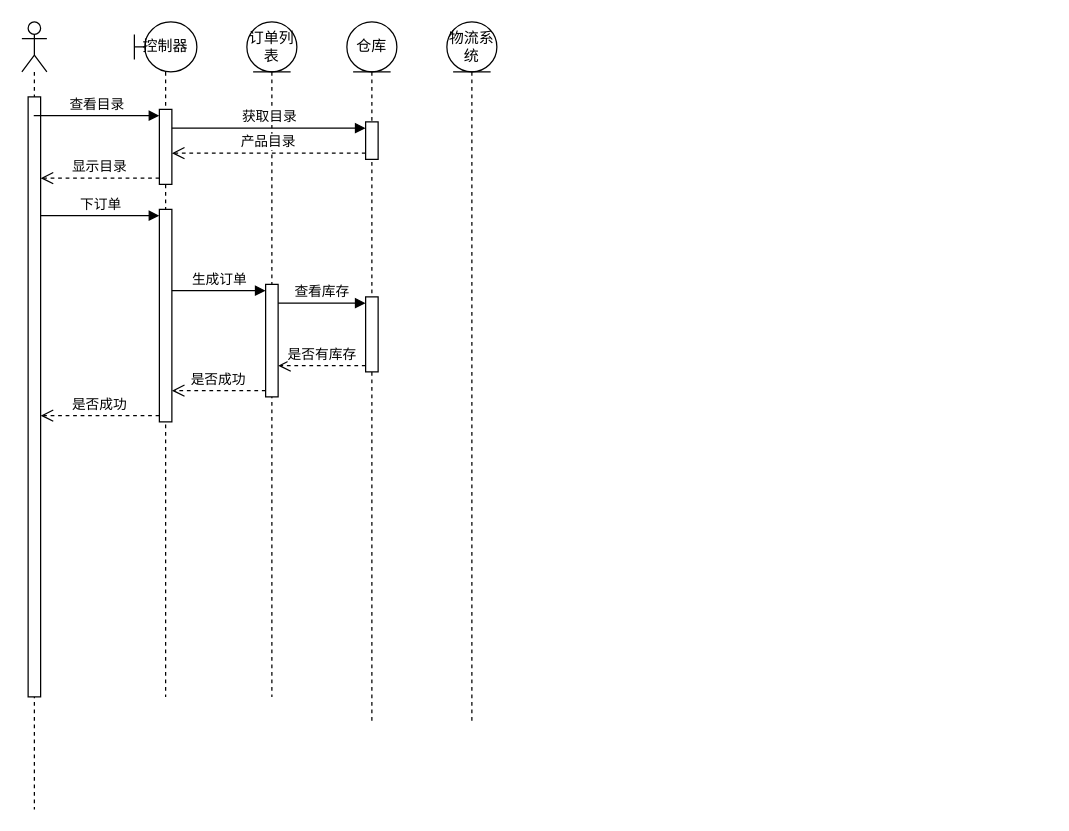
yayaer123/drawio_demo keeps this draw.io diagram as page "第 2 页" (2 of 2) of orders_Class_improved_plus.drawio. Above is the earlier version. Source tidied: cells renumbered, new cells numbered last; positions are measured from the earlier drawing's top-left corner, leaving out a move shared by most shapes. Both pictures are drawn from the tidied source at 125%, with x=0, y=0 at pixel (21, 21).
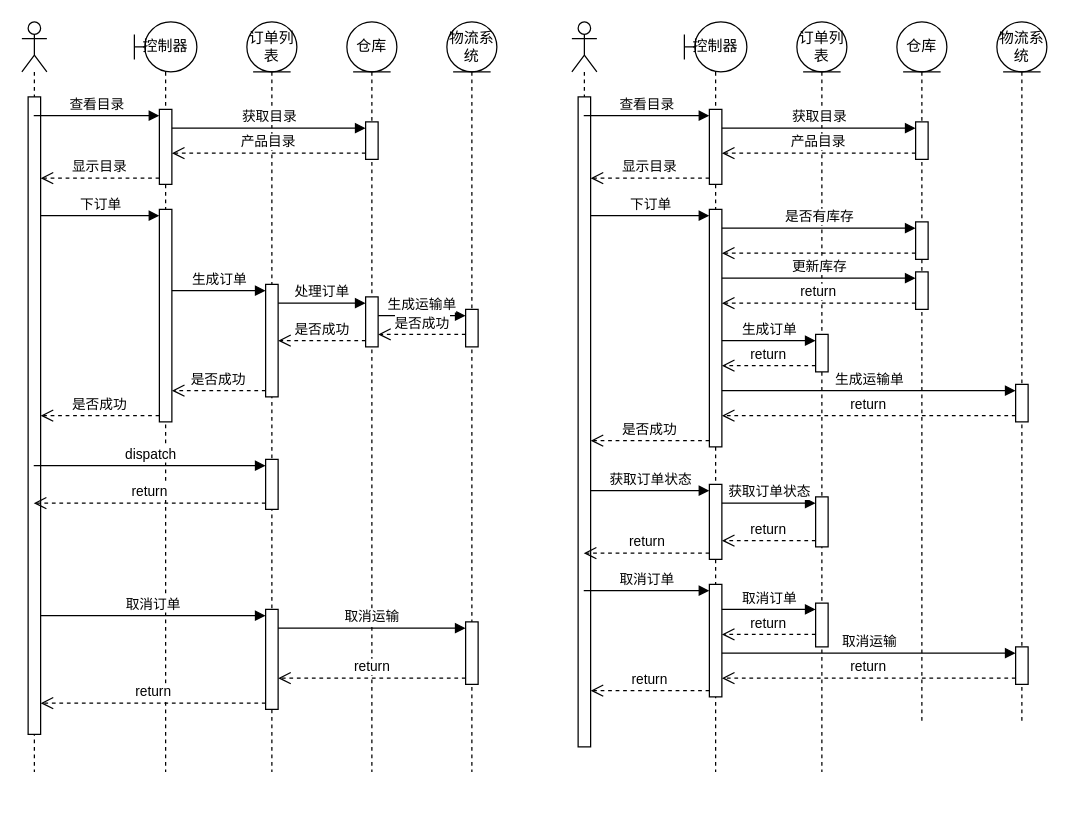
The same page after the edit.

The change refers to these unchanged cells:
```xml
<mxCell id="6" style="html=1;points=[[0,0,0,0,5],[0,1,0,0,-5],[1,0,0,0,5],[1,1,0,0,-5]];perimeter=orthogonalPerimeter;outlineConnect=0;targetShapes=umlLifeline;portConstraint=eastwest;newEdgeStyle={&quot;curved&quot;:0,&quot;rounded&quot;:0};" parent="5" vertex="1">
  <mxGeometry x="15" y="210" width="10" height="90" as="geometry" />
</mxCell>
```

Diff of the diagram source:
```diff
@@
     <mxCell id="2" value="控制器" style="shape=umlLifeline;perimeter=lifelinePerimeter;whiteSpace=wrap;html=1;newEdgeStyle={&quot;curved&quot;:0,&quot;rounded&quot;:0};participant=umlBoundary;" parent="1" vertex="1">
-      <mxGeometry x="90" width="50" height="540" as="geometry" />
+      <mxGeometry x="90" width="50" height="600" as="geometry" />
     </mxCell>
@@
     <mxCell id="5" value="订单列表" style="shape=umlLifeline;perimeter=lifelinePerimeter;whiteSpace=wrap;html=1;newEdgeStyle={&quot;curved&quot;:0,&quot;rounded&quot;:0};participant=umlEntity;" parent="1" vertex="1">
-      <mxGeometry x="180" width="40" height="540" as="geometry" />
+      <mxGeometry x="180" width="40" height="600" as="geometry" />
     </mxCell>
@@
+    <mxCell id="23" style="html=1;points=[[0,0,0,0,5],[0,1,0,0,-5],[1,0,0,0,5],[1,1,0,0,-5]];perimeter=orthogonalPerimeter;outlineConnect=0;targetShapes=umlLifeline;portConstraint=eastwest;newEdgeStyle={&quot;curved&quot;:0,&quot;rounded&quot;:0};" parent="5" vertex="1">
+      <mxGeometry x="15" y="350" width="10" height="40" as="geometry" />
+    </mxCell>
+    <mxCell id="24" style="html=1;points=[[0,0,0,0,5],[0,1,0,0,-5],[1,0,0,0,5],[1,1,0,0,-5]];perimeter=orthogonalPerimeter;outlineConnect=0;targetShapes=umlLifeline;portConstraint=eastwest;newEdgeStyle={&quot;curved&quot;:0,&quot;rounded&quot;:0};" parent="5" vertex="1">
+      <mxGeometry x="15" y="470" width="10" height="80" as="geometry" />
+    </mxCell>
     <mxCell id="7" value="仓库" style="shape=umlLifeline;perimeter=lifelinePerimeter;whiteSpace=wrap;html=1;newEdgeStyle={&quot;curved&quot;:0,&quot;rounded&quot;:0};participant=umlEntity;" parent="1" vertex="1">
-      <mxGeometry x="260" width="40" height="560" as="geometry" />
+      <mxGeometry x="260" width="40" height="600" as="geometry" />
     </mxCell>
@@
     <mxCell id="9" style="html=1;points=[[0,0,0,0,5],[0,1,0,0,-5],[1,0,0,0,5],[1,1,0,0,-5]];perimeter=orthogonalPerimeter;outlineConnect=0;targetShapes=umlLifeline;portConstraint=eastwest;newEdgeStyle={&quot;curved&quot;:0,&quot;rounded&quot;:0};" parent="7" vertex="1">
-      <mxGeometry x="15" y="220" width="10" height="60" as="geometry" />
+      <mxGeometry x="15" y="220" width="10" height="40" as="geometry" />
     </mxCell>
     <mxCell id="10" value="物流系统" style="shape=umlLifeline;perimeter=lifelinePerimeter;whiteSpace=wrap;html=1;newEdgeStyle={&quot;curved&quot;:0,&quot;rounded&quot;:0};participant=umlEntity;" parent="1" vertex="1">
-      <mxGeometry x="340" width="40" height="560" as="geometry" />
+      <mxGeometry x="340" width="40" height="600" as="geometry" />
     </mxCell>
+    <mxCell id="25" style="html=1;points=[[0,0,0,0,5],[0,1,0,0,-5],[1,0,0,0,5],[1,1,0,0,-5]];perimeter=orthogonalPerimeter;outlineConnect=0;targetShapes=umlLifeline;portConstraint=eastwest;newEdgeStyle={&quot;curved&quot;:0,&quot;rounded&quot;:0};" parent="10" vertex="1">
+      <mxGeometry x="15" y="230" width="10" height="30" as="geometry" />
+    </mxCell>
+    <mxCell id="26" style="html=1;points=[[0,0,0,0,5],[0,1,0,0,-5],[1,0,0,0,5],[1,1,0,0,-5]];perimeter=orthogonalPerimeter;outlineConnect=0;targetShapes=umlLifeline;portConstraint=eastwest;newEdgeStyle={&quot;curved&quot;:0,&quot;rounded&quot;:0};" parent="10" vertex="1">
+      <mxGeometry x="15" y="480" width="10" height="50" as="geometry" />
+    </mxCell>
     <mxCell id="11" style="shape=umlLifeline;perimeter=lifelinePerimeter;whiteSpace=wrap;html=1;outlineConnect=0;portConstraint=eastwest;newEdgeStyle={&quot;curved&quot;:0,&quot;rounded&quot;:0};participant=umlActor;" parent="1" vertex="1">
-      <mxGeometry width="20" height="630" as="geometry" />
+      <mxGeometry width="20" height="600" as="geometry" />
     </mxCell>
     <mxCell id="12" style="html=1;points=[[0,0,0,0,5],[0,1,0,0,-5],[1,0,0,0,5],[1,1,0,0,-5]];perimeter=orthogonalPerimeter;outlineConnect=0;targetShapes=umlLifeline;portConstraint=eastwest;newEdgeStyle={&quot;curved&quot;:0,&quot;rounded&quot;:0};" parent="11" vertex="1">
-      <mxGeometry x="5" y="60" width="10" height="480" as="geometry" />
+      <mxGeometry x="5" y="60" width="10" height="510" as="geometry" />
     </mxCell>
@@
-    <mxCell id="19" value="查看库存" style="html=1;verticalAlign=bottom;endArrow=block;curved=0;rounded=0;entryX=0;entryY=0;entryDx=0;entryDy=5;" parent="1" edge="1" source="6" target="9">
+    <mxCell id="19" value="处理订单" style="html=1;verticalAlign=bottom;endArrow=block;curved=0;rounded=0;entryX=0;entryY=0;entryDx=0;entryDy=5;" parent="1" edge="1" source="6" target="9">
       <mxGeometry relative="1" as="geometry" />
     </mxCell>
-    <mxCell id="20" value="是否有库存" style="html=1;verticalAlign=bottom;endArrow=open;dashed=1;endSize=8;curved=0;rounded=0;exitX=0;exitY=1;exitDx=0;exitDy=-5;" parent="1" edge="1" source="9" target="6">
+    <mxCell id="20" value="是否成功" style="html=1;verticalAlign=bottom;endArrow=open;dashed=1;endSize=8;curved=0;rounded=0;exitX=0;exitY=1;exitDx=0;exitDy=-5;" parent="1" edge="1" source="9" target="6">
       <mxGeometry relative="1" as="geometry" />
     </mxCell>
@@
+    <mxCell id="27" value="生成运输单" style="html=1;verticalAlign=bottom;endArrow=block;curved=0;rounded=0;entryX=0;entryY=0;entryDx=0;entryDy=5;" parent="1" edge="1" source="9" target="25">
+      <mxGeometry relative="1" as="geometry" />
+    </mxCell>
+    <mxCell id="28" value="是否成功" style="html=1;verticalAlign=bottom;endArrow=open;dashed=1;endSize=8;curved=0;rounded=0;" parent="1" edge="1">
+      <mxGeometry relative="1" as="geometry">
+        <mxPoint x="355" y="250" as="sourcePoint" />
+        <mxPoint x="285" y="250" as="targetPoint" />
+      </mxGeometry>
+    </mxCell>
+    <mxCell id="29" value="控制器" style="shape=umlLifeline;perimeter=lifelinePerimeter;whiteSpace=wrap;html=1;newEdgeStyle={&quot;curved&quot;:0,&quot;rounded&quot;:0};participant=umlBoundary;" parent="1" vertex="1">
+      <mxGeometry x="530" width="50" height="600" as="geometry" />
+    </mxCell>
+    <mxCell id="30" style="html=1;points=[[0,0,0,0,5],[0,1,0,0,-5],[1,0,0,0,5],[1,1,0,0,-5]];perimeter=orthogonalPerimeter;outlineConnect=0;targetShapes=umlLifeline;portConstraint=eastwest;newEdgeStyle={&quot;curved&quot;:0,&quot;rounded&quot;:0};" parent="29" vertex="1">
+      <mxGeometry x="20" y="70" width="10" height="60" as="geometry" />
+    </mxCell>
+    <mxCell id="31" style="html=1;points=[[0,0,0,0,5],[0,1,0,0,-5],[1,0,0,0,5],[1,1,0,0,-5]];perimeter=orthogonalPerimeter;outlineConnect=0;targetShapes=umlLifeline;portConstraint=eastwest;newEdgeStyle={&quot;curved&quot;:0,&quot;rounded&quot;:0};" parent="29" vertex="1">
+      <mxGeometry x="20" y="150" width="10" height="190" as="geometry" />
+    </mxCell>
+    <mxCell id="32" style="html=1;points=[[0,0,0,0,5],[0,1,0,0,-5],[1,0,0,0,5],[1,1,0,0,-5]];perimeter=orthogonalPerimeter;outlineConnect=0;targetShapes=umlLifeline;portConstraint=eastwest;newEdgeStyle={&quot;curved&quot;:0,&quot;rounded&quot;:0};" parent="29" vertex="1">
+      <mxGeometry x="20" y="370" width="10" height="60" as="geometry" />
+    </mxCell>
+    <mxCell id="33" style="html=1;points=[[0,0,0,0,5],[0,1,0,0,-5],[1,0,0,0,5],[1,1,0,0,-5]];perimeter=orthogonalPerimeter;outlineConnect=0;targetShapes=umlLifeline;portConstraint=eastwest;newEdgeStyle={&quot;curved&quot;:0,&quot;rounded&quot;:0};" parent="29" vertex="1">
+      <mxGeometry x="20" y="450" width="10" height="90" as="geometry" />
+    </mxCell>
+    <mxCell id="34" value="订单列表" style="shape=umlLifeline;perimeter=lifelinePerimeter;whiteSpace=wrap;html=1;newEdgeStyle={&quot;curved&quot;:0,&quot;rounded&quot;:0};participant=umlEntity;" parent="1" vertex="1">
+      <mxGeometry x="620" width="40" height="600" as="geometry" />
+    </mxCell>
+    <mxCell id="35" style="html=1;points=[[0,0,0,0,5],[0,1,0,0,-5],[1,0,0,0,5],[1,1,0,0,-5]];perimeter=orthogonalPerimeter;outlineConnect=0;targetShapes=umlLifeline;portConstraint=eastwest;newEdgeStyle={&quot;curved&quot;:0,&quot;rounded&quot;:0};" parent="34" vertex="1">
+      <mxGeometry x="15" y="250" width="10" height="30" as="geometry" />
+    </mxCell>
+    <mxCell id="36" style="html=1;points=[[0,0,0,0,5],[0,1,0,0,-5],[1,0,0,0,5],[1,1,0,0,-5]];perimeter=orthogonalPerimeter;outlineConnect=0;targetShapes=umlLifeline;portConstraint=eastwest;newEdgeStyle={&quot;curved&quot;:0,&quot;rounded&quot;:0};" parent="34" vertex="1">
+      <mxGeometry x="15" y="380" width="10" height="40" as="geometry" />
+    </mxCell>
+    <mxCell id="37" style="html=1;points=[[0,0,0,0,5],[0,1,0,0,-5],[1,0,0,0,5],[1,1,0,0,-5]];perimeter=orthogonalPerimeter;outlineConnect=0;targetShapes=umlLifeline;portConstraint=eastwest;newEdgeStyle={&quot;curved&quot;:0,&quot;rounded&quot;:0};" parent="34" vertex="1">
+      <mxGeometry x="15" y="465" width="10" height="35" as="geometry" />
+    </mxCell>
+    <mxCell id="38" value="仓库" style="shape=umlLifeline;perimeter=lifelinePerimeter;whiteSpace=wrap;html=1;newEdgeStyle={&quot;curved&quot;:0,&quot;rounded&quot;:0};participant=umlEntity;" parent="1" vertex="1">
+      <mxGeometry x="700" width="40" height="560" as="geometry" />
+    </mxCell>
+    <mxCell id="39" style="html=1;points=[[0,0,0,0,5],[0,1,0,0,-5],[1,0,0,0,5],[1,1,0,0,-5]];perimeter=orthogonalPerimeter;outlineConnect=0;targetShapes=umlLifeline;portConstraint=eastwest;newEdgeStyle={&quot;curved&quot;:0,&quot;rounded&quot;:0};" parent="38" vertex="1">
+      <mxGeometry x="15" y="80" width="10" height="30" as="geometry" />
+    </mxCell>
+    <mxCell id="40" style="html=1;points=[[0,0,0,0,5],[0,1,0,0,-5],[1,0,0,0,5],[1,1,0,0,-5]];perimeter=orthogonalPerimeter;outlineConnect=0;targetShapes=umlLifeline;portConstraint=eastwest;newEdgeStyle={&quot;curved&quot;:0,&quot;rounded&quot;:0};" parent="38" vertex="1">
+      <mxGeometry x="15" y="160" width="10" height="30" as="geometry" />
+    </mxCell>
+    <mxCell id="41" style="html=1;points=[[0,0,0,0,5],[0,1,0,0,-5],[1,0,0,0,5],[1,1,0,0,-5]];perimeter=orthogonalPerimeter;outlineConnect=0;targetShapes=umlLifeline;portConstraint=eastwest;newEdgeStyle={&quot;curved&quot;:0,&quot;rounded&quot;:0};" parent="38" vertex="1">
+      <mxGeometry x="15" y="200" width="10" height="30" as="geometry" />
+    </mxCell>
+    <mxCell id="42" value="物流系统" style="shape=umlLifeline;perimeter=lifelinePerimeter;whiteSpace=wrap;html=1;newEdgeStyle={&quot;curved&quot;:0,&quot;rounded&quot;:0};participant=umlEntity;" parent="1" vertex="1">
+      <mxGeometry x="780" width="40" height="560" as="geometry" />
+    </mxCell>
+    <mxCell id="43" style="html=1;points=[[0,0,0,0,5],[0,1,0,0,-5],[1,0,0,0,5],[1,1,0,0,-5]];perimeter=orthogonalPerimeter;outlineConnect=0;targetShapes=umlLifeline;portConstraint=eastwest;newEdgeStyle={&quot;curved&quot;:0,&quot;rounded&quot;:0};" parent="42" vertex="1">
+      <mxGeometry x="15" y="290" width="10" height="30" as="geometry" />
+    </mxCell>
+    <mxCell id="44" style="html=1;points=[[0,0,0,0,5],[0,1,0,0,-5],[1,0,0,0,5],[1,1,0,0,-5]];perimeter=orthogonalPerimeter;outlineConnect=0;targetShapes=umlLifeline;portConstraint=eastwest;newEdgeStyle={&quot;curved&quot;:0,&quot;rounded&quot;:0};" parent="42" vertex="1">
+      <mxGeometry x="15" y="500" width="10" height="30" as="geometry" />
+    </mxCell>
+    <mxCell id="45" style="shape=umlLifeline;perimeter=lifelinePerimeter;whiteSpace=wrap;html=1;outlineConnect=0;portConstraint=eastwest;newEdgeStyle={&quot;curved&quot;:0,&quot;rounded&quot;:0};participant=umlActor;" parent="1" vertex="1">
+      <mxGeometry x="440" width="20" height="580" as="geometry" />
+    </mxCell>
+    <mxCell id="46" style="html=1;points=[[0,0,0,0,5],[0,1,0,0,-5],[1,0,0,0,5],[1,1,0,0,-5]];perimeter=orthogonalPerimeter;outlineConnect=0;targetShapes=umlLifeline;portConstraint=eastwest;newEdgeStyle={&quot;curved&quot;:0,&quot;rounded&quot;:0};" parent="45" vertex="1">
+      <mxGeometry x="5" y="60" width="10" height="520" as="geometry" />
+    </mxCell>
+    <mxCell id="47" value="查看目录" style="html=1;verticalAlign=bottom;endArrow=block;curved=0;rounded=0;entryX=0;entryY=0;entryDx=0;entryDy=5;" parent="1" edge="1" source="45" target="30">
+      <mxGeometry relative="1" as="geometry" />
+    </mxCell>
+    <mxCell id="48" value="产品目录" style="html=1;verticalAlign=bottom;endArrow=open;dashed=1;endSize=8;curved=0;rounded=0;exitX=0;exitY=1;exitDx=0;exitDy=-5;" parent="1" edge="1" source="39" target="30">
+      <mxGeometry relative="1" as="geometry" />
+    </mxCell>
+    <mxCell id="49" value="获取目录" style="html=1;verticalAlign=bottom;endArrow=block;curved=0;rounded=0;entryX=0;entryY=0;entryDx=0;entryDy=5;" parent="1" edge="1" source="30" target="39">
+      <mxGeometry relative="1" as="geometry" />
+    </mxCell>
+    <mxCell id="50" value="显示目录" style="html=1;verticalAlign=bottom;endArrow=open;dashed=1;endSize=8;curved=0;rounded=0;exitX=0;exitY=1;exitDx=0;exitDy=-5;" parent="1" edge="1" source="30" target="46">
+      <mxGeometry relative="1" as="geometry" />
+    </mxCell>
+    <mxCell id="51" value="下订单" style="html=1;verticalAlign=bottom;endArrow=block;curved=0;rounded=0;entryX=0;entryY=0;entryDx=0;entryDy=5;" parent="1" edge="1" source="46" target="31">
+      <mxGeometry relative="1" as="geometry" />
+    </mxCell>
+    <mxCell id="52" value="是否成功" style="html=1;verticalAlign=bottom;endArrow=open;dashed=1;endSize=8;curved=0;rounded=0;exitX=0;exitY=1;exitDx=0;exitDy=-5;" parent="1" edge="1" source="31" target="46">
+      <mxGeometry relative="1" as="geometry" />
+    </mxCell>
+    <mxCell id="53" value="是否有库存" style="html=1;verticalAlign=bottom;endArrow=block;curved=0;rounded=0;entryX=0;entryY=0;entryDx=0;entryDy=5;" parent="1" edge="1" source="31" target="40">
+      <mxGeometry relative="1" as="geometry" />
+    </mxCell>
+    <mxCell id="54" style="html=1;verticalAlign=bottom;endArrow=open;dashed=1;endSize=8;curved=0;rounded=0;exitX=0;exitY=1;exitDx=0;exitDy=-5;" parent="1" edge="1" source="40" target="31">
+      <mxGeometry relative="1" as="geometry" />
+    </mxCell>
+    <mxCell id="55" value="更新库存" style="html=1;verticalAlign=bottom;endArrow=block;curved=0;rounded=0;entryX=0;entryY=0;entryDx=0;entryDy=5;" parent="1" edge="1" source="31" target="41">
+      <mxGeometry relative="1" as="geometry" />
+    </mxCell>
+    <mxCell id="56" value="return" style="html=1;verticalAlign=bottom;endArrow=open;dashed=1;endSize=8;curved=0;rounded=0;exitX=0;exitY=1;exitDx=0;exitDy=-5;" parent="1" edge="1" source="41" target="31">
+      <mxGeometry relative="1" as="geometry" />
+    </mxCell>
+    <mxCell id="57" value="生成运输单" style="html=1;verticalAlign=bottom;endArrow=block;curved=0;rounded=0;entryX=0;entryY=0;entryDx=0;entryDy=5;" parent="1" edge="1" source="31" target="43">
+      <mxGeometry relative="1" as="geometry" />
+    </mxCell>
+    <mxCell id="58" value="return" style="html=1;verticalAlign=bottom;endArrow=open;dashed=1;endSize=8;curved=0;rounded=0;exitX=0;exitY=1;exitDx=0;exitDy=-5;" parent="1" edge="1" source="43" target="31">
+      <mxGeometry relative="1" as="geometry" />
+    </mxCell>
+    <mxCell id="59" value="return" style="html=1;verticalAlign=bottom;endArrow=open;dashed=1;endSize=8;curved=0;rounded=0;exitX=0;exitY=1;exitDx=0;exitDy=-5;" parent="1" edge="1" source="35" target="31">
+      <mxGeometry relative="1" as="geometry" />
+    </mxCell>
+    <mxCell id="60" value="生成订单" style="html=1;verticalAlign=bottom;endArrow=block;curved=0;rounded=0;entryX=0;entryY=0;entryDx=0;entryDy=5;" parent="1" edge="1" source="31" target="35">
+      <mxGeometry relative="1" as="geometry" />
+    </mxCell>
+    <mxCell id="61" value="获取订单状态" style="html=1;verticalAlign=bottom;endArrow=block;curved=0;rounded=0;entryX=0;entryY=0;entryDx=0;entryDy=5;" parent="1" edge="1" source="46" target="32">
+      <mxGeometry x="0.01" relative="1" as="geometry" />
+    </mxCell>
+    <mxCell id="62" value="return" style="html=1;verticalAlign=bottom;endArrow=open;dashed=1;endSize=8;curved=0;rounded=0;exitX=0;exitY=1;exitDx=0;exitDy=-5;" parent="1" edge="1" source="32" target="45">
+      <mxGeometry relative="1" as="geometry" />
+    </mxCell>
+    <mxCell id="63" value="获取订单状态" style="html=1;verticalAlign=bottom;endArrow=block;curved=0;rounded=0;entryX=0;entryY=0;entryDx=0;entryDy=5;" parent="1" edge="1" source="32" target="36">
+      <mxGeometry relative="1" as="geometry" />
+    </mxCell>
+    <mxCell id="64" value="return" style="html=1;verticalAlign=bottom;endArrow=open;dashed=1;endSize=8;curved=0;rounded=0;exitX=0;exitY=1;exitDx=0;exitDy=-5;" parent="1" edge="1" source="36" target="32">
+      <mxGeometry relative="1" as="geometry" />
+    </mxCell>
+    <mxCell id="65" value="dispatch" style="html=1;verticalAlign=bottom;endArrow=block;curved=0;rounded=0;entryX=0;entryY=0;entryDx=0;entryDy=5;" parent="1" edge="1" source="11" target="23">
+      <mxGeometry relative="1" as="geometry" />
+    </mxCell>
+    <mxCell id="66" value="return" style="html=1;verticalAlign=bottom;endArrow=open;dashed=1;endSize=8;curved=0;rounded=0;exitX=0;exitY=1;exitDx=0;exitDy=-5;" parent="1" edge="1" source="23" target="11">
+      <mxGeometry relative="1" as="geometry" />
+    </mxCell>
+    <mxCell id="67" value="取消订单" style="html=1;verticalAlign=bottom;endArrow=block;curved=0;rounded=0;entryX=0;entryY=0;entryDx=0;entryDy=5;" parent="1" edge="1" source="12" target="24">
+      <mxGeometry relative="1" as="geometry" />
+    </mxCell>
+    <mxCell id="68" value="return" style="html=1;verticalAlign=bottom;endArrow=open;dashed=1;endSize=8;curved=0;rounded=0;exitX=0;exitY=1;exitDx=0;exitDy=-5;" parent="1" edge="1" source="24" target="12">
+      <mxGeometry relative="1" as="geometry" />
+    </mxCell>
+    <mxCell id="69" value="取消订单" style="html=1;verticalAlign=bottom;endArrow=block;curved=0;rounded=0;entryX=0;entryY=0;entryDx=0;entryDy=5;" parent="1" edge="1" source="45" target="33">
+      <mxGeometry relative="1" as="geometry" />
+    </mxCell>
+    <mxCell id="70" value="return" style="html=1;verticalAlign=bottom;endArrow=open;dashed=1;endSize=8;curved=0;rounded=0;exitX=0;exitY=1;exitDx=0;exitDy=-5;" parent="1" edge="1" source="33" target="46">
+      <mxGeometry relative="1" as="geometry" />
+    </mxCell>
+    <mxCell id="71" value="return" style="html=1;verticalAlign=bottom;endArrow=open;dashed=1;endSize=8;curved=0;rounded=0;" parent="1" edge="1">
+      <mxGeometry relative="1" as="geometry">
+        <mxPoint x="635" y="490" as="sourcePoint" />
+        <mxPoint x="560" y="490" as="targetPoint" />
+      </mxGeometry>
+    </mxCell>
+    <mxCell id="72" value="取消订单" style="html=1;verticalAlign=bottom;endArrow=block;curved=0;rounded=0;entryX=0;entryY=0;entryDx=0;entryDy=5;" parent="1" edge="1" source="33" target="37">
+      <mxGeometry relative="1" as="geometry" />
+    </mxCell>
+    <mxCell id="73" value="取消运输" style="html=1;verticalAlign=bottom;endArrow=block;curved=0;rounded=0;entryX=0;entryY=0;entryDx=0;entryDy=5;" parent="1" edge="1" source="24" target="26">
+      <mxGeometry relative="1" as="geometry" />
+    </mxCell>
+    <mxCell id="74" value="return" style="html=1;verticalAlign=bottom;endArrow=open;dashed=1;endSize=8;curved=0;rounded=0;exitX=0;exitY=1;exitDx=0;exitDy=-5;" parent="1" edge="1" source="26" target="24">
+      <mxGeometry relative="1" as="geometry" />
+    </mxCell>
+    <mxCell id="75" value="return" style="html=1;verticalAlign=bottom;endArrow=open;dashed=1;endSize=8;curved=0;rounded=0;exitX=0;exitY=1;exitDx=0;exitDy=-5;" parent="1" edge="1" source="44" target="33">
+      <mxGeometry relative="1" as="geometry" />
+    </mxCell>
+    <mxCell id="76" value="取消运输" style="html=1;verticalAlign=bottom;endArrow=block;curved=0;rounded=0;entryX=0;entryY=0;entryDx=0;entryDy=5;" parent="1" edge="1" source="33" target="44">
+      <mxGeometry relative="1" as="geometry" />
+    </mxCell>
```
